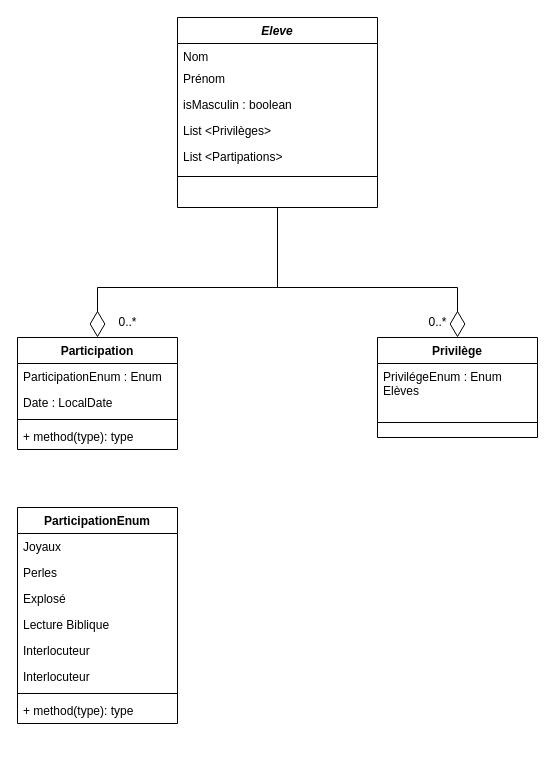
Earlier version of the draw.io diagram Diagramme sans nom.drawio (Bazev/gen_prog). Source tidied: cells renumbered, new cells numbered last; positions are measured from the earlier drawing's top-left corner, leaving out a move shared by most shapes. Both pictures are drawn from the tidied source at 100%, with x=0, y=0 at pixel (17, 17).
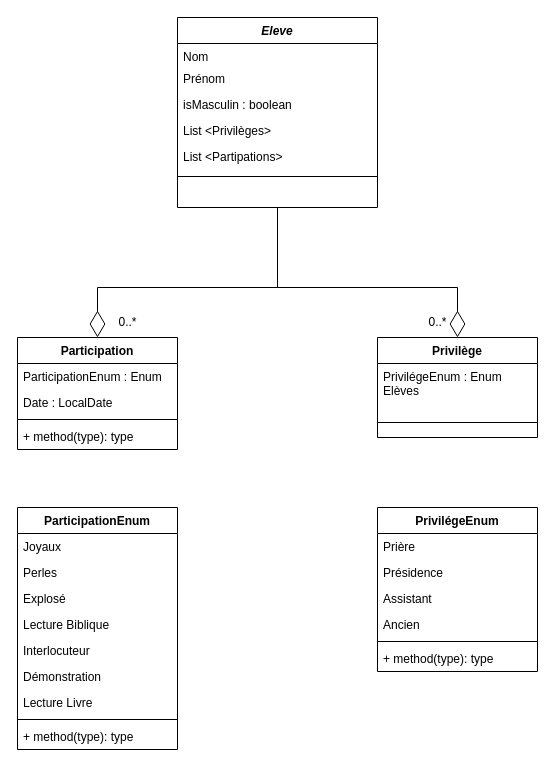
After the change.

Commit message:
Mettre à jour Diagramme sans nom.drawio

Change to the diagram source:
```diff
@@
     <mxCell id="21" value="ParticipationEnum" style="swimlane;fontStyle=1;align=center;verticalAlign=top;horizontal=1;startSize=26;whiteSpace=wrap;html=1;" parent="1" vertex="1">
-      <mxGeometry y="490" width="160" height="216" as="geometry" />
+      <mxGeometry y="490" width="160" height="242" as="geometry" />
     </mxCell>
@@
-    <mxCell id="27" value="Interlocuteur" style="text;strokeColor=none;fillColor=none;align=left;verticalAlign=top;spacingLeft=4;spacingRight=4;overflow=hidden;whiteSpace=wrap;html=1;" parent="21" vertex="1">
+    <mxCell id="27" value="Démonstration" style="text;strokeColor=none;fillColor=none;align=left;verticalAlign=top;spacingLeft=4;spacingRight=4;overflow=hidden;whiteSpace=wrap;html=1;" parent="21" vertex="1">
       <mxGeometry y="156" width="160" height="26" as="geometry" />
     </mxCell>
+    <mxCell id="30" value="Lecture Livre" style="text;strokeColor=none;fillColor=none;align=left;verticalAlign=top;spacingLeft=4;spacingRight=4;overflow=hidden;whiteSpace=wrap;html=1;" parent="21" vertex="1">
+      <mxGeometry y="182" width="160" height="26" as="geometry" />
+    </mxCell>
     <mxCell id="28" style="line;strokeWidth=1;fillColor=none;align=left;verticalAlign=middle;spacingTop=-1;spacingLeft=3;spacingRight=3;labelPosition=right;strokeColor=inherit;" parent="21" vertex="1">
-      <mxGeometry y="182" width="160" height="8" as="geometry" />
+      <mxGeometry y="208" width="160" height="8" as="geometry" />
     </mxCell>
     <mxCell id="29" value="+ method(type): type" style="text;strokeColor=none;fillColor=none;align=left;verticalAlign=top;spacingLeft=4;spacingRight=4;overflow=hidden;whiteSpace=wrap;html=1;" parent="21" vertex="1">
-      <mxGeometry y="190" width="160" height="26" as="geometry" />
+      <mxGeometry y="216" width="160" height="26" as="geometry" />
     </mxCell>
+    <mxCell id="31" value="PrivilégeEnum" style="swimlane;fontStyle=1;align=center;verticalAlign=top;horizontal=1;startSize=26;whiteSpace=wrap;html=1;" parent="1" vertex="1">
+      <mxGeometry x="360" y="490" width="160" height="164" as="geometry" />
+    </mxCell>
+    <mxCell id="32" value="Prière" style="text;strokeColor=none;fillColor=none;align=left;verticalAlign=top;spacingLeft=4;spacingRight=4;overflow=hidden;whiteSpace=wrap;html=1;" parent="31" vertex="1">
+      <mxGeometry y="26" width="160" height="26" as="geometry" />
+    </mxCell>
+    <mxCell id="33" value="Présidence" style="text;strokeColor=none;fillColor=none;align=left;verticalAlign=top;spacingLeft=4;spacingRight=4;overflow=hidden;whiteSpace=wrap;html=1;" parent="31" vertex="1">
+      <mxGeometry y="52" width="160" height="26" as="geometry" />
+    </mxCell>
+    <mxCell id="34" value="Assistant" style="text;strokeColor=none;fillColor=none;align=left;verticalAlign=top;spacingLeft=4;spacingRight=4;overflow=hidden;whiteSpace=wrap;html=1;" parent="31" vertex="1">
+      <mxGeometry y="78" width="160" height="26" as="geometry" />
+    </mxCell>
+    <mxCell id="35" value="Ancien" style="text;strokeColor=none;fillColor=none;align=left;verticalAlign=top;spacingLeft=4;spacingRight=4;overflow=hidden;whiteSpace=wrap;html=1;" parent="31" vertex="1">
+      <mxGeometry y="104" width="160" height="26" as="geometry" />
+    </mxCell>
+    <mxCell id="36" style="line;strokeWidth=1;fillColor=none;align=left;verticalAlign=middle;spacingTop=-1;spacingLeft=3;spacingRight=3;labelPosition=right;strokeColor=inherit;" parent="31" vertex="1">
+      <mxGeometry y="130" width="160" height="8" as="geometry" />
+    </mxCell>
+    <mxCell id="37" value="+ method(type): type" style="text;strokeColor=none;fillColor=none;align=left;verticalAlign=top;spacingLeft=4;spacingRight=4;overflow=hidden;whiteSpace=wrap;html=1;" parent="31" vertex="1">
+      <mxGeometry y="138" width="160" height="26" as="geometry" />
+    </mxCell>
```
